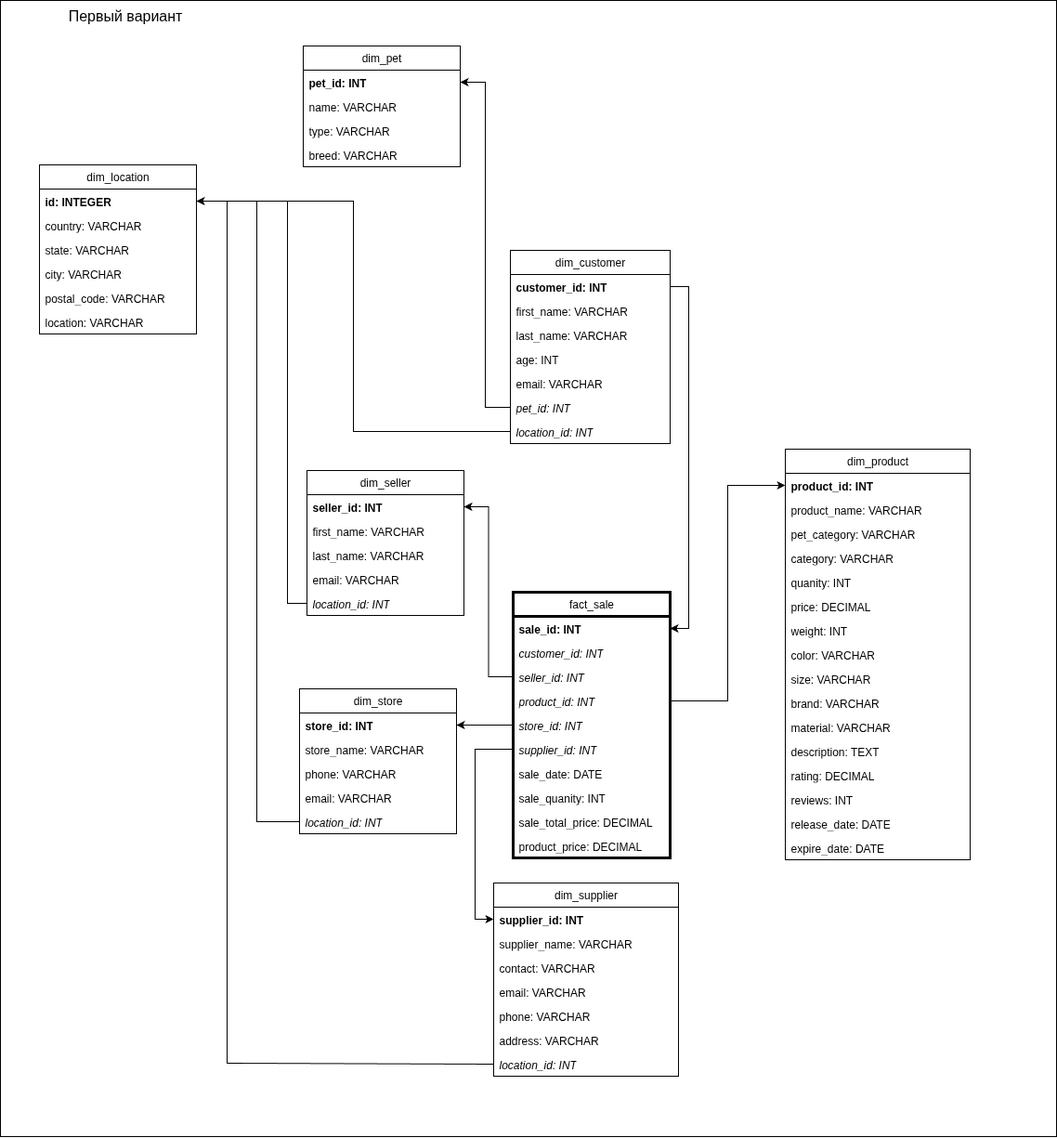
Before: img/bd-snowflake_03.png, a diagram exported from draw.io (ivanboitsov/MAI_BD_Snowflake). Source tidied: cells renumbered, new cells last; positions are measured from the earlier drawing's top-left corner, leaving out a move shared by most shapes.
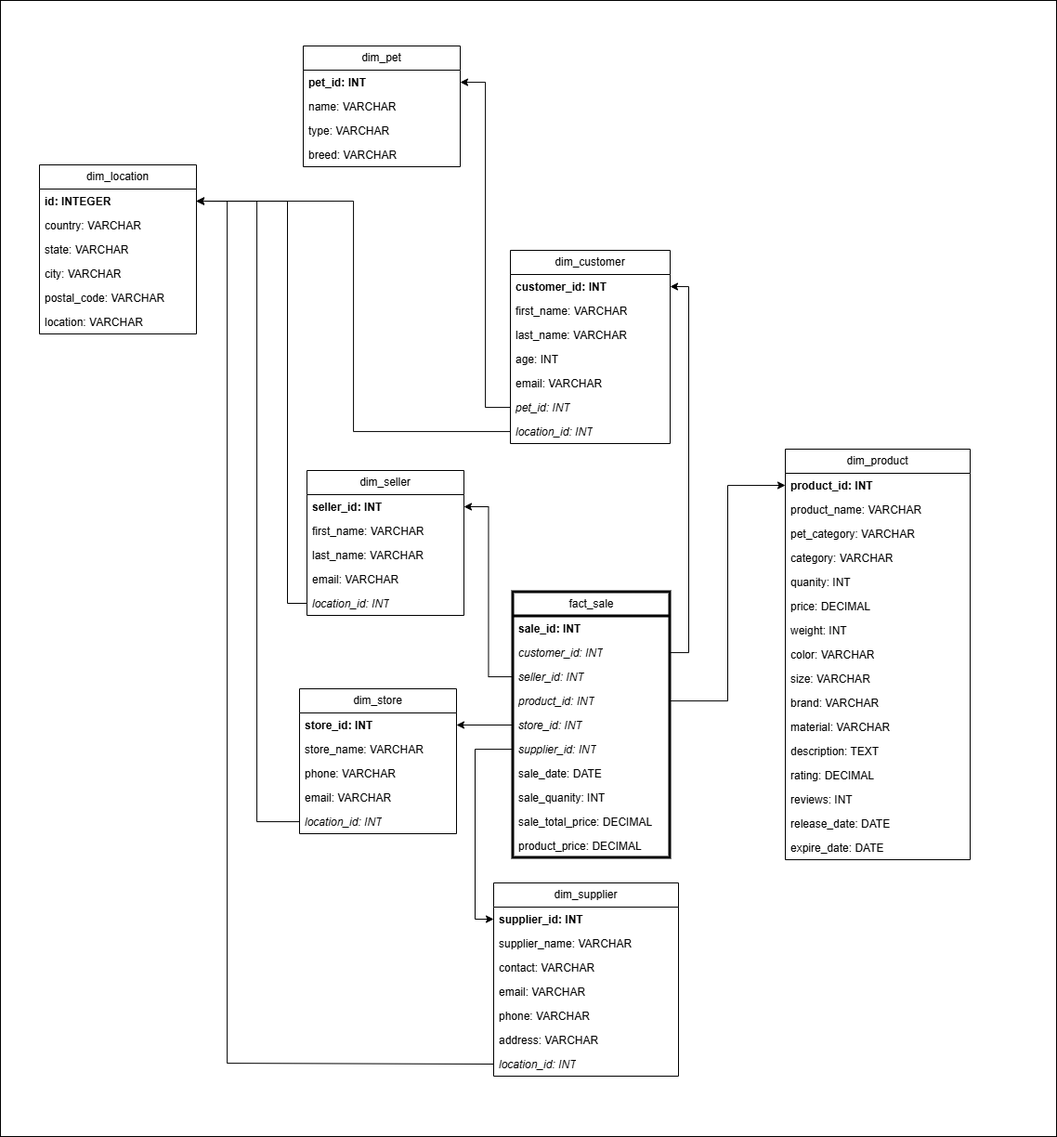
Later version of the same file.

Change to the diagram source:
```diff
@@ -5,7 +5,7 @@
     <mxCell id="2" style="group;" parent="1" vertex="1">
       <mxGeometry width="1137" height="1223" as="geometry" />
     </mxCell>
-    <mxCell id="3" value="&lt;font style=&quot;font-size: 16px;&quot;&gt;&lt;span style=&quot;white-space: pre;&quot;&gt;&#9;&lt;span style=&quot;white-space: pre;&quot;&gt;&#9;&lt;/span&gt;&lt;/span&gt;Первый вариант&lt;/font&gt;" style="rounded=1;whiteSpace=wrap;html=1;arcSize=0;fillColor=none;align=left;verticalAlign=top;" parent="2" vertex="1">
+    <mxCell id="3" style="rounded=1;whiteSpace=wrap;html=1;arcSize=0;fillColor=none;align=left;verticalAlign=top;" parent="2" vertex="1">
       <mxGeometry width="1137" height="1223" as="geometry" />
     </mxCell>
     <mxCell id="4" value="dim_location" style="swimlane;fontStyle=0;horizontal=1;startSize=26;fillColor=none;whiteSpace=wrap;html=1;" parent="2" vertex="1">
@@ -215,48 +215,53 @@
     <mxCell id="72" style="edgeStyle=orthogonalEdgeStyle;rounded=0;jettySize=auto;html=1;entryX=0;entryY=0.5;entryDx=0;entryDy=0;" parent="2" edge="1" source="65" target="12">
       <mxGeometry relative="1" as="geometry" />
     </mxCell>
-    <mxCell id="73" style="edgeStyle=orthogonalEdgeStyle;rounded=0;jettySize=auto;html=1;entryX=1;entryY=0.5;entryDx=0;entryDy=0;" parent="2" edge="1" source="42" target="62">
+    <mxCell id="73" style="edgeStyle=orthogonalEdgeStyle;rounded=0;jettySize=auto;html=1;" parent="2" edge="1" source="47" target="37">
       <mxGeometry relative="1" as="geometry" />
     </mxCell>
-    <mxCell id="74" style="edgeStyle=orthogonalEdgeStyle;rounded=0;jettySize=auto;html=1;" parent="2" edge="1" source="47" target="37">
+    <mxCell id="74" style="edgeStyle=orthogonalEdgeStyle;rounded=0;jettySize=auto;html=1;entryX=1;entryY=0.5;entryDx=0;entryDy=0;" parent="2" edge="1" source="48" target="5">
       <mxGeometry relative="1" as="geometry" />
     </mxCell>
-    <mxCell id="75" style="edgeStyle=orthogonalEdgeStyle;rounded=0;jettySize=auto;html=1;entryX=1;entryY=0.5;entryDx=0;entryDy=0;" parent="2" edge="1" source="48" target="5">
-      <mxGeometry relative="1" as="geometry" />
+    <mxCell id="75" style="edgeStyle=orthogonalEdgeStyle;rounded=0;jettySize=auto;html=1;entryX=1;entryY=0.5;entryDx=0;entryDy=0;" parent="2" edge="1" source="54" target="5">
+      <mxGeometry relative="1" as="geometry">
+        <Array as="points">
+          <mxPoint x="309" y="649" />
+          <mxPoint x="309" y="216" />
+        </Array>
+      </mxGeometry>
     </mxCell>
-    <mxCell id="76" style="edgeStyle=orthogonalEdgeStyle;rounded=0;jettySize=auto;html=1;entryX=1;entryY=0.5;entryDx=0;entryDy=0;" parent="2" edge="1" source="54" target="5">
+    <mxCell id="76" style="edgeStyle=orthogonalEdgeStyle;rounded=0;jettySize=auto;html=1;" parent="2" edge="1" source="60" target="5">
       <mxGeometry relative="1" as="geometry">
         <Array as="points">
-          <mxPoint x="309" y="649" />
-          <mxPoint x="309" y="216" />
+          <mxPoint x="276" y="884" />
+          <mxPoint x="276" y="216" />
         </Array>
       </mxGeometry>
     </mxCell>
-    <mxCell id="77" style="edgeStyle=orthogonalEdgeStyle;rounded=0;jettySize=auto;html=1;" parent="2" edge="1" source="60" target="5">
+    <mxCell id="77" style="edgeStyle=orthogonalEdgeStyle;rounded=0;jettySize=auto;html=1;entryX=1;entryY=0.5;entryDx=0;entryDy=0;exitX=0;exitY=0.5;exitDx=0;exitDy=0;" parent="2" edge="1" source="35" target="5">
       <mxGeometry relative="1" as="geometry">
         <Array as="points">
-          <mxPoint x="276" y="884" />
-          <mxPoint x="276" y="216" />
+          <mxPoint x="531" y="1144" />
+          <mxPoint x="244" y="1144" />
+          <mxPoint x="244" y="216" />
         </Array>
       </mxGeometry>
     </mxCell>
-    <mxCell id="78" style="edgeStyle=orthogonalEdgeStyle;rounded=0;jettySize=auto;html=1;entryX=1;entryY=0.5;entryDx=0;entryDy=0;exitX=0;exitY=0.5;exitDx=0;exitDy=0;" parent="2" edge="1" source="35" target="5">
-      <mxGeometry relative="1" as="geometry">
-        <Array as="points">
-          <mxPoint x="531" y="1144" />
-          <mxPoint x="244" y="1144" />
-          <mxPoint x="244" y="216" />
-        </Array>
-      </mxGeometry>
+    <mxCell id="78" style="edgeStyle=orthogonalEdgeStyle;rounded=0;jettySize=auto;html=1;" parent="2" edge="1" source="64" target="50">
+      <mxGeometry relative="1" as="geometry" />
     </mxCell>
-    <mxCell id="79" style="edgeStyle=orthogonalEdgeStyle;rounded=0;jettySize=auto;html=1;" parent="2" edge="1" source="64" target="50">
+    <mxCell id="79" style="edgeStyle=orthogonalEdgeStyle;rounded=0;jettySize=auto;html=1;entryX=1;entryY=0.5;entryDx=0;entryDy=0;" parent="2" edge="1" source="66" target="56">
       <mxGeometry relative="1" as="geometry" />
     </mxCell>
-    <mxCell id="80" style="edgeStyle=orthogonalEdgeStyle;rounded=0;jettySize=auto;html=1;entryX=1;entryY=0.5;entryDx=0;entryDy=0;" parent="2" edge="1" source="66" target="56">
+    <mxCell id="80" style="edgeStyle=orthogonalEdgeStyle;rounded=0;jettySize=auto;html=1;entryX=0;entryY=0.5;entryDx=0;entryDy=0;" parent="2" edge="1" source="67" target="29">
       <mxGeometry relative="1" as="geometry" />
     </mxCell>
-    <mxCell id="81" style="edgeStyle=orthogonalEdgeStyle;rounded=0;jettySize=auto;html=1;entryX=0;entryY=0.5;entryDx=0;entryDy=0;" parent="2" edge="1" source="67" target="29">
-      <mxGeometry relative="1" as="geometry" />
+    <mxCell id="81" style="edgeStyle=orthogonalEdgeStyle;rounded=0;jettySize=auto;html=1;entryX=1;entryY=0.5;entryDx=0;entryDy=0;" parent="2" edge="1" source="63" target="42">
+      <mxGeometry relative="1" as="geometry">
+        <Array as="points">
+          <mxPoint x="741" y="702" />
+          <mxPoint x="741" y="308" />
+        </Array>
+      </mxGeometry>
     </mxCell>
   </root>
 </mxGraphModel>
```
